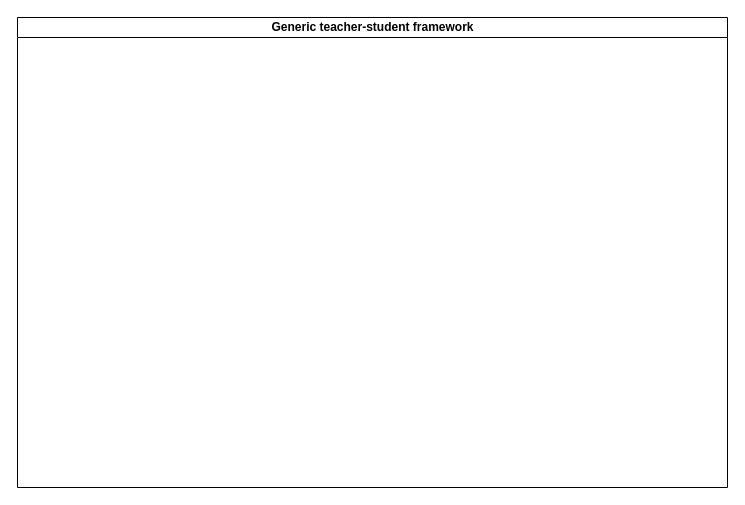
Above: algorithm_mindmap/未命名绘图.drawio in Noeverer/git_leetcode (draw.io), before the change. Source tidied: cells renumbered, new cells numbered last; positions are measured from the earlier drawing's top-left corner, leaving out a move shared by most shapes. Both pictures are drawn from the tidied source at 100%, with x=0, y=0 at pixel (17, 17).
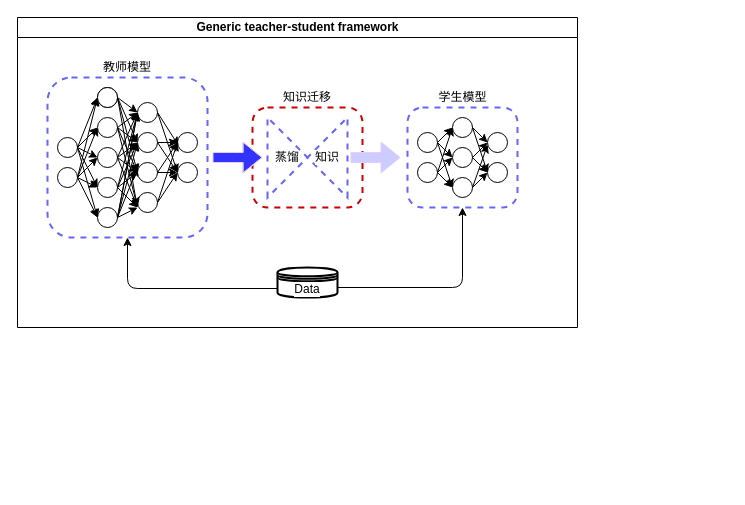
The same page after the edit.

Commit message (it also covers changes not shown here):
更新未命名绘图.drawio

The edit, as a diff of the source:
```diff
@@
     <mxCell id="2" value="Generic teacher-student framework" style="swimlane;html=1;startSize=20;horizontal=1;containerType=tree;glass=0;" parent="1" vertex="1">
-      <mxGeometry width="710" height="470" as="geometry" />
+      <mxGeometry width="560" height="310" as="geometry" />
     </mxCell>
+    <mxCell id="3" style="rounded=1;whiteSpace=wrap;html=1;dashed=1;strokeWidth=2;strokeColor=#6666FF;" parent="2" vertex="1">
+      <mxGeometry x="390" y="90" width="110" height="100" as="geometry" />
+    </mxCell>
+    <mxCell id="4" style="rounded=1;whiteSpace=wrap;html=1;dashed=1;strokeWidth=2;strokeColor=#CC0000;" parent="2" vertex="1">
+      <mxGeometry x="235" y="90" width="110" height="100" as="geometry" />
+    </mxCell>
+    <mxCell id="5" style="rounded=1;whiteSpace=wrap;html=1;dashed=1;strokeWidth=2;strokeColor=#6666FF;" parent="2" vertex="1">
+      <mxGeometry x="30" y="60" width="160" height="160" as="geometry" />
+    </mxCell>
+    <mxCell id="6" style="group;" parent="2" vertex="1">
+      <mxGeometry x="40" y="70" width="140" height="140" as="geometry" />
+    </mxCell>
+    <mxCell id="7" style="ellipse;whiteSpace=wrap;html=1;" parent="6" vertex="1">
+      <mxGeometry x="40" width="20" height="20" as="geometry" />
+    </mxCell>
+    <mxCell id="8" style="ellipse;whiteSpace=wrap;html=1;" parent="6" vertex="1">
+      <mxGeometry x="40" y="30" width="20" height="20" as="geometry" />
+    </mxCell>
+    <mxCell id="9" style="ellipse;whiteSpace=wrap;html=1;" parent="6" vertex="1">
+      <mxGeometry x="40" y="60" width="20" height="20" as="geometry" />
+    </mxCell>
+    <mxCell id="10" style="ellipse;whiteSpace=wrap;html=1;" parent="6" vertex="1">
+      <mxGeometry x="40" y="90" width="20" height="20" as="geometry" />
+    </mxCell>
+    <mxCell id="11" style="ellipse;whiteSpace=wrap;html=1;" parent="6" vertex="1">
+      <mxGeometry x="40" y="120" width="20" height="20" as="geometry" />
+    </mxCell>
+    <mxCell id="12" style="ellipse;whiteSpace=wrap;html=1;" parent="6" vertex="1">
+      <mxGeometry y="50" width="20" height="20" as="geometry" />
+    </mxCell>
+    <mxCell id="13" style="ellipse;whiteSpace=wrap;html=1;" parent="6" vertex="1">
+      <mxGeometry y="80" width="20" height="20" as="geometry" />
+    </mxCell>
+    <mxCell id="14" style="ellipse;whiteSpace=wrap;html=1;" parent="6" vertex="1">
+      <mxGeometry x="80" y="15" width="20" height="20" as="geometry" />
+    </mxCell>
+    <mxCell id="15" style="ellipse;whiteSpace=wrap;html=1;" parent="6" vertex="1">
+      <mxGeometry x="80" y="45" width="20" height="20" as="geometry" />
+    </mxCell>
+    <mxCell id="16" style="ellipse;whiteSpace=wrap;html=1;" parent="6" vertex="1">
+      <mxGeometry x="80" y="75" width="20" height="20" as="geometry" />
+    </mxCell>
+    <mxCell id="17" style="ellipse;whiteSpace=wrap;html=1;" parent="6" vertex="1">
+      <mxGeometry x="80" y="105" width="20" height="20" as="geometry" />
+    </mxCell>
+    <mxCell id="18" style="ellipse;whiteSpace=wrap;html=1;" parent="6" vertex="1">
+      <mxGeometry x="120" y="45" width="20" height="20" as="geometry" />
+    </mxCell>
+    <mxCell id="19" style="ellipse;whiteSpace=wrap;html=1;" parent="6" vertex="1">
+      <mxGeometry x="120" y="75" width="20" height="20" as="geometry" />
+    </mxCell>
+    <mxCell id="20" style="endArrow=classic;html=1;exitX=1;exitY=0.5;exitDx=0;exitDy=0;" parent="6" edge="1" source="12">
+      <mxGeometry relative="1" as="geometry">
+        <mxPoint x="40" y="10" as="targetPoint" />
+      </mxGeometry>
+    </mxCell>
+    <mxCell id="21" style="endArrow=classic;html=1;exitX=1;exitY=0.5;exitDx=0;exitDy=0;entryX=0;entryY=0.5;entryDx=0;entryDy=0;" parent="6" edge="1" source="12" target="9">
+      <mxGeometry relative="1" as="geometry" />
+    </mxCell>
+    <mxCell id="22" style="endArrow=classic;html=1;exitX=1;exitY=0.5;exitDx=0;exitDy=0;entryX=0;entryY=0.5;entryDx=0;entryDy=0;" parent="6" edge="1" source="13" target="7">
+      <mxGeometry relative="1" as="geometry" />
+    </mxCell>
+    <mxCell id="23" style="endArrow=classic;html=1;exitX=1;exitY=0.5;exitDx=0;exitDy=0;" parent="6" edge="1" source="13">
+      <mxGeometry relative="1" as="geometry">
+        <mxPoint x="40" y="70" as="targetPoint" />
+      </mxGeometry>
+    </mxCell>
+    <mxCell id="24" style="ellipse;whiteSpace=wrap;html=1;" parent="6" vertex="1">
+      <mxGeometry x="40" width="20" height="20" as="geometry" />
+    </mxCell>
+    <mxCell id="25" style="endArrow=classic;html=1;exitX=1;exitY=0.5;exitDx=0;exitDy=0;entryX=0;entryY=0.5;entryDx=0;entryDy=0;" parent="6" edge="1" source="12" target="11">
+      <mxGeometry relative="1" as="geometry" />
+    </mxCell>
+    <mxCell id="26" style="endArrow=classic;html=1;exitX=1;exitY=0.5;exitDx=0;exitDy=0;entryX=0;entryY=0.5;entryDx=0;entryDy=0;" parent="6" edge="1" source="24" target="14">
+      <mxGeometry relative="1" as="geometry" />
+    </mxCell>
+    <mxCell id="27" style="endArrow=classic;html=1;exitX=1;exitY=0.5;exitDx=0;exitDy=0;entryX=0;entryY=0.5;entryDx=0;entryDy=0;" parent="6" edge="1" source="24" target="15">
+      <mxGeometry relative="1" as="geometry" />
+    </mxCell>
+    <mxCell id="28" style="endArrow=classic;html=1;entryX=0;entryY=0.5;entryDx=0;entryDy=0;exitX=1;exitY=0.5;exitDx=0;exitDy=0;" parent="6" edge="1" source="8" target="14">
+      <mxGeometry relative="1" as="geometry" />
+    </mxCell>
+    <mxCell id="29" style="endArrow=classic;html=1;entryX=0;entryY=0.5;entryDx=0;entryDy=0;exitX=1;exitY=0.5;exitDx=0;exitDy=0;" parent="6" edge="1" source="8" target="15">
+      <mxGeometry relative="1" as="geometry" />
+    </mxCell>
+    <mxCell id="30" style="endArrow=classic;html=1;entryX=0;entryY=0.5;entryDx=0;entryDy=0;exitX=1;exitY=0.5;exitDx=0;exitDy=0;" parent="6" edge="1" source="9" target="14">
+      <mxGeometry relative="1" as="geometry" />
+    </mxCell>
+    <mxCell id="31" style="endArrow=classic;html=1;entryX=0;entryY=0.5;entryDx=0;entryDy=0;exitX=1;exitY=0.5;exitDx=0;exitDy=0;" parent="6" edge="1" source="9" target="15">
+      <mxGeometry relative="1" as="geometry" />
+    </mxCell>
+    <mxCell id="32" style="endArrow=classic;html=1;entryX=0;entryY=0.5;entryDx=0;entryDy=0;exitX=1;exitY=0.5;exitDx=0;exitDy=0;" parent="6" edge="1" source="10" target="14">
+      <mxGeometry relative="1" as="geometry" />
+    </mxCell>
+    <mxCell id="33" style="endArrow=classic;html=1;exitX=1;exitY=0.5;exitDx=0;exitDy=0;entryX=0;entryY=0.5;entryDx=0;entryDy=0;" parent="6" edge="1" source="11" target="15">
+      <mxGeometry relative="1" as="geometry" />
+    </mxCell>
+    <mxCell id="34" style="endArrow=classic;html=1;exitX=1;exitY=0.5;exitDx=0;exitDy=0;entryX=0.047;entryY=0.647;entryDx=0;entryDy=0;entryPerimeter=0;" parent="6" edge="1" source="14" target="18">
+      <mxGeometry relative="1" as="geometry" />
+    </mxCell>
+    <mxCell id="35" style="endArrow=classic;html=1;entryX=0;entryY=0.5;entryDx=0;entryDy=0;exitX=1;exitY=0.5;exitDx=0;exitDy=0;" parent="6" edge="1" source="14" target="19">
+      <mxGeometry relative="1" as="geometry" />
+    </mxCell>
+    <mxCell id="36" style="endArrow=classic;html=1;entryX=0;entryY=0.5;entryDx=0;entryDy=0;exitX=1;exitY=0.5;exitDx=0;exitDy=0;" parent="6" edge="1" source="15" target="18">
+      <mxGeometry relative="1" as="geometry" />
+    </mxCell>
+    <mxCell id="37" style="endArrow=classic;html=1;entryX=0;entryY=0.5;entryDx=0;entryDy=0;exitX=1;exitY=0.5;exitDx=0;exitDy=0;" parent="6" edge="1" source="15" target="19">
+      <mxGeometry relative="1" as="geometry" />
+    </mxCell>
+    <mxCell id="38" style="endArrow=classic;html=1;entryX=0;entryY=0.5;entryDx=0;entryDy=0;exitX=1;exitY=0.5;exitDx=0;exitDy=0;exitPerimeter=0;" parent="6" edge="1" source="16" target="18">
+      <mxGeometry relative="1" as="geometry" />
+    </mxCell>
+    <mxCell id="39" style="endArrow=classic;html=1;entryX=0;entryY=0.5;entryDx=0;entryDy=0;exitX=1;exitY=0.5;exitDx=0;exitDy=0;" parent="6" edge="1" source="16" target="19">
+      <mxGeometry relative="1" as="geometry" />
+    </mxCell>
+    <mxCell id="40" style="endArrow=classic;html=1;entryX=0;entryY=0.5;entryDx=0;entryDy=0;exitX=1;exitY=0.5;exitDx=0;exitDy=0;" parent="6" edge="1" source="17" target="18">
+      <mxGeometry relative="1" as="geometry" />
+    </mxCell>
+    <mxCell id="41" style="endArrow=classic;html=1;entryX=0;entryY=0.5;entryDx=0;entryDy=0;exitX=1;exitY=0.5;exitDx=0;exitDy=0;" parent="6" edge="1" source="17" target="19">
+      <mxGeometry relative="1" as="geometry" />
+    </mxCell>
+    <mxCell id="42" style="shape=collate;html=1;dashed=1;strokeColor=#6666FF;strokeWidth=2;rotation=-90;whiteSpace=wrap;labelBorderColor=none;labelBackgroundColor=#ffffff;" parent="2" vertex="1">
+      <mxGeometry x="250" y="100" width="80" height="80" as="geometry" />
+    </mxCell>
+    <mxCell id="43" value="蒸馏" style="text;html=1;strokeColor=none;fillColor=none;align=center;verticalAlign=middle;whiteSpace=wrap;rounded=0;dashed=1;labelBackgroundColor=#ffffff;" parent="2" vertex="1">
+      <mxGeometry x="250" y="130" width="40" height="20" as="geometry" />
+    </mxCell>
+    <mxCell id="44" value="知识" style="text;html=1;strokeColor=none;fillColor=none;align=center;verticalAlign=middle;whiteSpace=wrap;rounded=0;dashed=1;labelBackgroundColor=#ffffff;" parent="2" vertex="1">
+      <mxGeometry x="290" y="130" width="40" height="20" as="geometry" />
+    </mxCell>
+    <mxCell id="45" value="教师模型" style="text;html=1;strokeColor=none;fillColor=none;align=center;verticalAlign=middle;whiteSpace=wrap;rounded=0;dashed=1;labelBackgroundColor=#ffffff;" parent="2" vertex="1">
+      <mxGeometry x="85" y="40" width="50" height="20" as="geometry" />
+    </mxCell>
+    <mxCell id="46" value="知识迁移" style="text;html=1;strokeColor=none;fillColor=none;align=center;verticalAlign=middle;whiteSpace=wrap;rounded=0;dashed=1;labelBackgroundColor=#ffffff;" parent="2" vertex="1">
+      <mxGeometry x="265" y="70" width="50" height="20" as="geometry" />
+    </mxCell>
+    <mxCell id="47" style="group;" parent="2" vertex="1">
+      <mxGeometry x="400" y="100" width="90" height="80" as="geometry" />
+    </mxCell>
+    <mxCell id="48" style="ellipse;whiteSpace=wrap;html=1;" parent="47" vertex="1">
+      <mxGeometry x="35" width="20" height="20" as="geometry" />
+    </mxCell>
+    <mxCell id="49" style="ellipse;whiteSpace=wrap;html=1;" parent="47" vertex="1">
+      <mxGeometry x="35" y="30" width="20" height="20" as="geometry" />
+    </mxCell>
+    <mxCell id="50" style="ellipse;whiteSpace=wrap;html=1;" parent="47" vertex="1">
+      <mxGeometry x="35" y="60" width="20" height="20" as="geometry" />
+    </mxCell>
+    <mxCell id="51" style="ellipse;whiteSpace=wrap;html=1;" parent="47" vertex="1">
+      <mxGeometry y="15" width="20" height="20" as="geometry" />
+    </mxCell>
+    <mxCell id="52" style="ellipse;whiteSpace=wrap;html=1;" parent="47" vertex="1">
+      <mxGeometry y="45" width="20" height="20" as="geometry" />
+    </mxCell>
+    <mxCell id="53" style="ellipse;whiteSpace=wrap;html=1;" parent="47" vertex="1">
+      <mxGeometry x="70" y="15" width="20" height="20" as="geometry" />
+    </mxCell>
+    <mxCell id="54" style="ellipse;whiteSpace=wrap;html=1;" parent="47" vertex="1">
+      <mxGeometry x="70" y="45" width="20" height="20" as="geometry" />
+    </mxCell>
+    <mxCell id="55" style="endArrow=classic;html=1;fillColor=#CCCCFF;entryX=0;entryY=0.5;entryDx=0;entryDy=0;exitX=1;exitY=0.5;exitDx=0;exitDy=0;" parent="47" edge="1" source="51" target="48">
+      <mxGeometry relative="1" as="geometry" />
+    </mxCell>
+    <mxCell id="56" style="endArrow=classic;html=1;fillColor=#CCCCFF;entryX=0;entryY=0.5;entryDx=0;entryDy=0;exitX=1;exitY=0.5;exitDx=0;exitDy=0;" parent="47" edge="1" source="51" target="49">
+      <mxGeometry relative="1" as="geometry" />
+    </mxCell>
+    <mxCell id="57" style="endArrow=classic;html=1;fillColor=#CCCCFF;entryX=0;entryY=0.5;entryDx=0;entryDy=0;exitX=1;exitY=0.5;exitDx=0;exitDy=0;" parent="47" edge="1" source="51" target="50">
+      <mxGeometry relative="1" as="geometry" />
+    </mxCell>
+    <mxCell id="58" style="endArrow=classic;html=1;fillColor=#CCCCFF;entryX=0;entryY=0.5;entryDx=0;entryDy=0;exitX=1;exitY=0.5;exitDx=0;exitDy=0;" parent="47" edge="1" source="52" target="48">
+      <mxGeometry relative="1" as="geometry" />
+    </mxCell>
+    <mxCell id="59" style="endArrow=classic;html=1;fillColor=#CCCCFF;entryX=0;entryY=0.5;entryDx=0;entryDy=0;exitX=1;exitY=0.5;exitDx=0;exitDy=0;" parent="47" edge="1" source="52" target="49">
+      <mxGeometry relative="1" as="geometry" />
+    </mxCell>
+    <mxCell id="60" style="endArrow=classic;html=1;fillColor=#CCCCFF;entryX=0;entryY=0.5;entryDx=0;entryDy=0;exitX=1;exitY=0.5;exitDx=0;exitDy=0;" parent="47" edge="1" source="52" target="50">
+      <mxGeometry relative="1" as="geometry" />
+    </mxCell>
+    <mxCell id="61" style="endArrow=classic;html=1;fillColor=#CCCCFF;entryX=0;entryY=0.5;entryDx=0;entryDy=0;exitX=1;exitY=0.5;exitDx=0;exitDy=0;" parent="47" edge="1" source="48" target="53">
+      <mxGeometry relative="1" as="geometry" />
+    </mxCell>
+    <mxCell id="62" style="endArrow=classic;html=1;fillColor=#CCCCFF;entryX=0;entryY=0.5;entryDx=0;entryDy=0;exitX=1;exitY=0.5;exitDx=0;exitDy=0;" parent="47" edge="1" source="48" target="54">
+      <mxGeometry relative="1" as="geometry" />
+    </mxCell>
+    <mxCell id="63" style="endArrow=classic;html=1;fillColor=#CCCCFF;entryX=0;entryY=0.5;entryDx=0;entryDy=0;exitX=1;exitY=0.5;exitDx=0;exitDy=0;" parent="47" edge="1" source="49" target="53">
+      <mxGeometry relative="1" as="geometry" />
+    </mxCell>
+    <mxCell id="64" style="endArrow=classic;html=1;fillColor=#CCCCFF;entryX=0.005;entryY=0.608;entryDx=0;entryDy=0;exitX=1;exitY=0.5;exitDx=0;exitDy=0;entryPerimeter=0;" parent="47" edge="1" source="50" target="53">
+      <mxGeometry relative="1" as="geometry" />
+    </mxCell>
+    <mxCell id="65" style="endArrow=classic;html=1;fillColor=#CCCCFF;entryX=0;entryY=0.5;entryDx=0;entryDy=0;" parent="2" edge="1" target="54">
+      <mxGeometry relative="1" as="geometry">
+        <mxPoint x="455" y="140" as="sourcePoint" />
+      </mxGeometry>
+    </mxCell>
+    <mxCell id="66" style="endArrow=classic;html=1;fillColor=#CCCCFF;entryX=0;entryY=0.5;entryDx=0;entryDy=0;" parent="2" edge="1" target="54">
+      <mxGeometry relative="1" as="geometry">
+        <mxPoint x="455" y="170" as="sourcePoint" />
+      </mxGeometry>
+    </mxCell>
+    <mxCell id="67" value="Data" style="shape=datastore;whiteSpace=wrap;html=1;labelBackgroundColor=#ffffff;strokeColor=#000000;strokeWidth=2;fillColor=none;" parent="2" vertex="1">
+      <mxGeometry x="260" y="250" width="60" height="30" as="geometry" />
+    </mxCell>
+    <mxCell id="68" style="edgeStyle=segmentEdgeStyle;endArrow=classic;html=1;strokeColor=#000000;fillColor=#CCCCFF;entryX=0.5;entryY=1;entryDx=0;entryDy=0;" parent="2" edge="1" target="3">
+      <mxGeometry relative="1" as="geometry">
+        <mxPoint x="320" y="270" as="sourcePoint" />
+      </mxGeometry>
+    </mxCell>
+    <mxCell id="69" style="edgeStyle=segmentEdgeStyle;endArrow=classic;html=1;strokeColor=#000000;fillColor=#CCCCFF;entryX=0.5;entryY=1;entryDx=0;entryDy=0;exitX=0;exitY=0.7;exitDx=0;exitDy=0;" parent="2" edge="1" source="67" target="5">
+      <mxGeometry relative="1" as="geometry" />
+    </mxCell>
+    <mxCell id="70" value="学生模型" style="text;html=1;strokeColor=none;fillColor=none;align=center;verticalAlign=middle;whiteSpace=wrap;rounded=0;labelBackgroundColor=#ffffff;" parent="2" vertex="1">
+      <mxGeometry x="412.5" y="70" width="65" height="20" as="geometry" />
+    </mxCell>
+    <mxCell id="71" style="endArrow=classic;html=1;entryX=0;entryY=0.5;entryDx=0;entryDy=0;" parent="1" edge="1" target="8">
+      <mxGeometry relative="1" as="geometry">
+        <mxPoint x="60" y="130" as="sourcePoint" />
+      </mxGeometry>
+    </mxCell>
+    <mxCell id="72" style="endArrow=classic;html=1;exitX=1;exitY=0.5;exitDx=0;exitDy=0;" parent="1" edge="1" source="13">
+      <mxGeometry relative="1" as="geometry">
+        <mxPoint x="80" y="110" as="targetPoint" />
+      </mxGeometry>
+    </mxCell>
+    <mxCell id="73" style="endArrow=classic;html=1;entryX=0;entryY=0.5;entryDx=0;entryDy=0;" parent="1" edge="1" target="10">
+      <mxGeometry relative="1" as="geometry">
+        <mxPoint x="60" y="160" as="sourcePoint" />
+      </mxGeometry>
+    </mxCell>
+    <mxCell id="74" style="endArrow=classic;html=1;entryX=0;entryY=0.5;entryDx=0;entryDy=0;" parent="1" edge="1" target="11">
+      <mxGeometry relative="1" as="geometry">
+        <mxPoint x="60" y="160" as="sourcePoint" />
+      </mxGeometry>
+    </mxCell>
+    <mxCell id="75" style="endArrow=classic;html=1;" parent="1" edge="1">
+      <mxGeometry relative="1" as="geometry">
+        <mxPoint x="60" y="130" as="sourcePoint" />
+        <mxPoint x="80" y="170" as="targetPoint" />
+      </mxGeometry>
+    </mxCell>
+    <mxCell id="76" style="endArrow=classic;html=1;entryX=0;entryY=0.5;entryDx=0;entryDy=0;" parent="1" edge="1" target="16">
+      <mxGeometry relative="1" as="geometry">
+        <mxPoint x="100" y="80" as="sourcePoint" />
+      </mxGeometry>
+    </mxCell>
+    <mxCell id="77" style="endArrow=classic;html=1;entryX=-0.02;entryY=0.66;entryDx=0;entryDy=0;entryPerimeter=0;" parent="1" edge="1" target="17">
+      <mxGeometry relative="1" as="geometry">
+        <mxPoint x="100" y="80" as="sourcePoint" />
+      </mxGeometry>
+    </mxCell>
+    <mxCell id="78" style="endArrow=classic;html=1;entryX=0;entryY=0.5;entryDx=0;entryDy=0;" parent="1" edge="1" target="16">
+      <mxGeometry relative="1" as="geometry">
+        <mxPoint x="100" y="110" as="sourcePoint" />
+      </mxGeometry>
+    </mxCell>
+    <mxCell id="79" style="endArrow=classic;html=1;entryX=0;entryY=0.75;entryDx=0;entryDy=0;entryPerimeter=0;" parent="1" edge="1" target="17">
+      <mxGeometry relative="1" as="geometry">
+        <mxPoint x="100" y="110" as="sourcePoint" />
+      </mxGeometry>
+    </mxCell>
+    <mxCell id="80" style="endArrow=classic;html=1;entryX=0;entryY=0.5;entryDx=0;entryDy=0;" parent="1" edge="1" target="15">
+      <mxGeometry relative="1" as="geometry">
+        <mxPoint x="100" y="170" as="sourcePoint" />
+      </mxGeometry>
+    </mxCell>
+    <mxCell id="81" style="endArrow=classic;html=1;entryX=0;entryY=0.5;entryDx=0;entryDy=0;" parent="1" edge="1" target="16">
+      <mxGeometry relative="1" as="geometry">
+        <mxPoint x="100" y="140" as="sourcePoint" />
+      </mxGeometry>
+    </mxCell>
+    <mxCell id="82" style="endArrow=classic;html=1;entryX=0;entryY=0.5;entryDx=0;entryDy=0;" parent="1" edge="1" target="16">
+      <mxGeometry relative="1" as="geometry">
+        <mxPoint x="100" y="170" as="sourcePoint" />
+      </mxGeometry>
+    </mxCell>
+    <mxCell id="83" style="endArrow=classic;html=1;exitX=1;exitY=0.5;exitDx=0;exitDy=0;" parent="1" edge="1" source="11">
+      <mxGeometry relative="1" as="geometry">
+        <mxPoint x="120" y="190" as="targetPoint" />
+      </mxGeometry>
+    </mxCell>
+    <mxCell id="84" style="endArrow=classic;html=1;entryX=0;entryY=0.5;entryDx=0;entryDy=0;" parent="1" edge="1" target="14">
+      <mxGeometry relative="1" as="geometry">
+        <mxPoint x="100" y="200" as="sourcePoint" />
+      </mxGeometry>
+    </mxCell>
+    <mxCell id="85" style="endArrow=classic;html=1;" parent="1" edge="1">
+      <mxGeometry relative="1" as="geometry">
+        <mxPoint x="100" y="200" as="sourcePoint" />
+        <mxPoint x="120" y="150" as="targetPoint" />
+      </mxGeometry>
+    </mxCell>
+    <mxCell id="86" style="endArrow=classic;html=1;entryX=0;entryY=0.5;entryDx=0;entryDy=0;" parent="1" edge="1" target="14">
+      <mxGeometry relative="1" as="geometry">
+        <mxPoint x="100" y="200" as="sourcePoint" />
+      </mxGeometry>
+    </mxCell>
+    <mxCell id="87" style="endArrow=classic;html=1;exitX=1;exitY=0.5;exitDx=0;exitDy=0;" parent="1" edge="1" source="10">
+      <mxGeometry relative="1" as="geometry">
+        <mxPoint x="120" y="190" as="targetPoint" />
+      </mxGeometry>
+    </mxCell>
+    <mxCell id="88" style="endArrow=classic;html=1;exitX=1;exitY=0.5;exitDx=0;exitDy=0;" parent="1" edge="1" source="9">
+      <mxGeometry relative="1" as="geometry">
+        <mxPoint x="120" y="190" as="targetPoint" />
+      </mxGeometry>
+    </mxCell>
+    <mxCell id="89" style="shape=flexArrow;endArrow=classic;html=1;exitX=1;exitY=0.5;exitDx=0;exitDy=0;strokeColor=#E5CCFF;fillColor=#3333FF;" parent="1" edge="1">
+      <mxGeometry relative="1" as="geometry">
+        <mxPoint x="195" y="140" as="sourcePoint" />
+        <mxPoint x="245" y="140" as="targetPoint" />
+        <Array as="points">
+          <mxPoint x="215" y="140" />
+        </Array>
+      </mxGeometry>
+    </mxCell>
+    <mxCell id="90" style="shape=flexArrow;endArrow=classic;html=1;strokeColor=#E5CCFF;exitX=0.5;exitY=1;exitDx=0;exitDy=0;fillColor=#CCCCFF;" parent="1" edge="1">
+      <mxGeometry relative="1" as="geometry">
+        <mxPoint x="333" y="140" as="sourcePoint" />
+        <mxPoint x="383" y="140" as="targetPoint" />
+      </mxGeometry>
+    </mxCell>
```
